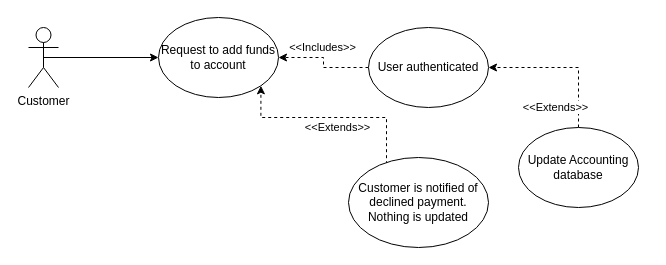
This is page "Funding management" (4 of 7) of Untitled Diagram.drawio from jdasnake81/cs3450-UseCaseDiagrams, a draw.io file, before an edit. Source tidied: cells renumbered, new cells numbered last; positions are measured from the earlier drawing's top-left corner, leaving out a move shared by most shapes. Both pictures are drawn from the tidied source at 100%, with x=0, y=0 at pixel (28, 17).
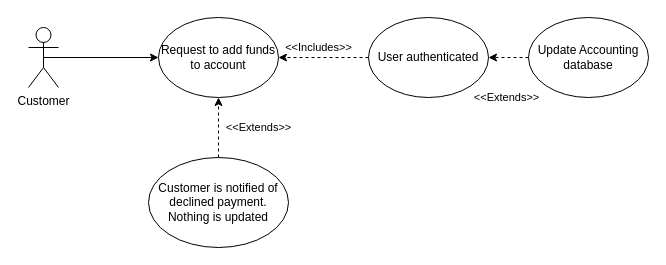
The same page after the edit.

What changed in the source:
```diff
@@
 <mxGraphModel>
   <root>
     <mxCell id="0" />
     <mxCell id="1" parent="0" />
     <mxCell id="2" style="edgeStyle=orthogonalEdgeStyle;rounded=0;jettySize=auto;html=1;exitX=0.5;exitY=0.5;exitDx=0;exitDy=0;exitPerimeter=0;entryX=0;entryY=0.5;entryDx=0;entryDy=0;" parent="1" edge="1" source="3" target="4">
       <mxGeometry relative="1" as="geometry" />
     </mxCell>
     <mxCell id="3" value="Customer" style="shape=umlActor;verticalLabelPosition=bottom;verticalAlign=top;html=1;outlineConnect=0;" parent="1" vertex="1">
       <mxGeometry y="10" width="30" height="60" as="geometry" />
     </mxCell>
     <mxCell id="4" value="Request to add funds to account" style="ellipse;whiteSpace=wrap;html=1;" parent="1" vertex="1">
       <mxGeometry x="130" width="120" height="80" as="geometry" />
     </mxCell>
     <mxCell id="5" value="&amp;lt;&amp;lt;Includes&amp;gt;&amp;gt;" style="edgeStyle=orthogonalEdgeStyle;rounded=0;jettySize=auto;html=1;exitX=0;exitY=0.5;exitDx=0;exitDy=0;entryX=1;entryY=0.5;entryDx=0;entryDy=0;dashed=1;" parent="1" edge="1" source="6" target="4">
       <mxGeometry x="0.11" y="-10" relative="1" as="geometry" />
     </mxCell>
     <mxCell id="6" value="User authenticated" style="ellipse;whiteSpace=wrap;html=1;" parent="1" vertex="1">
-      <mxGeometry x="340" y="10" width="120" height="80" as="geometry" />
+      <mxGeometry x="340" width="120" height="80" as="geometry" />
     </mxCell>
-    <mxCell id="7" value="&amp;lt;&amp;lt;Extends&amp;gt;&amp;gt;" style="edgeStyle=orthogonalEdgeStyle;rounded=0;jettySize=auto;html=1;exitX=0.5;exitY=0;exitDx=0;exitDy=0;entryX=1;entryY=0.5;entryDx=0;entryDy=0;dashed=1;" parent="1" edge="1" source="8" target="6">
+    <mxCell id="7" value="&amp;lt;&amp;lt;Extends&amp;gt;&amp;gt;" style="edgeStyle=orthogonalEdgeStyle;rounded=0;jettySize=auto;html=1;exitX=0;exitY=0.5;exitDx=0;exitDy=0;entryX=1;entryY=0.5;entryDx=0;entryDy=0;dashed=1;" parent="1" edge="1" source="8" target="6">
       <mxGeometry x="0.11" y="40" relative="1" as="geometry" />
     </mxCell>
     <mxCell id="8" value="Update Accounting database" style="ellipse;whiteSpace=wrap;html=1;" parent="1" vertex="1">
-      <mxGeometry x="490" y="110" width="120" height="80" as="geometry" />
+      <mxGeometry x="500" width="120" height="80" as="geometry" />
     </mxCell>
-    <mxCell id="9" value="&amp;lt;&amp;lt;Extends&amp;gt;&amp;gt;" style="edgeStyle=orthogonalEdgeStyle;rounded=0;jettySize=auto;html=1;exitX=0;exitY=0;exitDx=0;exitDy=0;entryX=1;entryY=1;entryDx=0;entryDy=0;dashed=1;" parent="1" edge="1" source="10" target="4">
-      <mxGeometry x="0.05" y="10" relative="1" as="geometry">
+    <mxCell id="9" value="&amp;lt;&amp;lt;Extends&amp;gt;&amp;gt;" style="edgeStyle=orthogonalEdgeStyle;rounded=0;jettySize=auto;html=1;exitX=0.5;exitY=0;exitDx=0;exitDy=0;entryX=0.5;entryY=1;entryDx=0;entryDy=0;dashed=1;" parent="1" edge="1" source="10" target="4">
+      <mxGeometry y="-40" relative="1" as="geometry">
         <Array as="points">
-          <mxPoint x="358" y="100" />
-          <mxPoint x="232" y="100" />
+          <mxPoint x="190" y="100" />
+          <mxPoint x="190" y="100" />
         </Array>
       </mxGeometry>
     </mxCell>
     <mxCell id="10" value="Customer is notified of declined payment. Nothing is updated" style="ellipse;whiteSpace=wrap;html=1;" parent="1" vertex="1">
-      <mxGeometry x="320" y="140" width="140" height="90" as="geometry" />
+      <mxGeometry x="120" y="140" width="140" height="90" as="geometry" />
     </mxCell>
   </root>
 </mxGraphModel>
```
